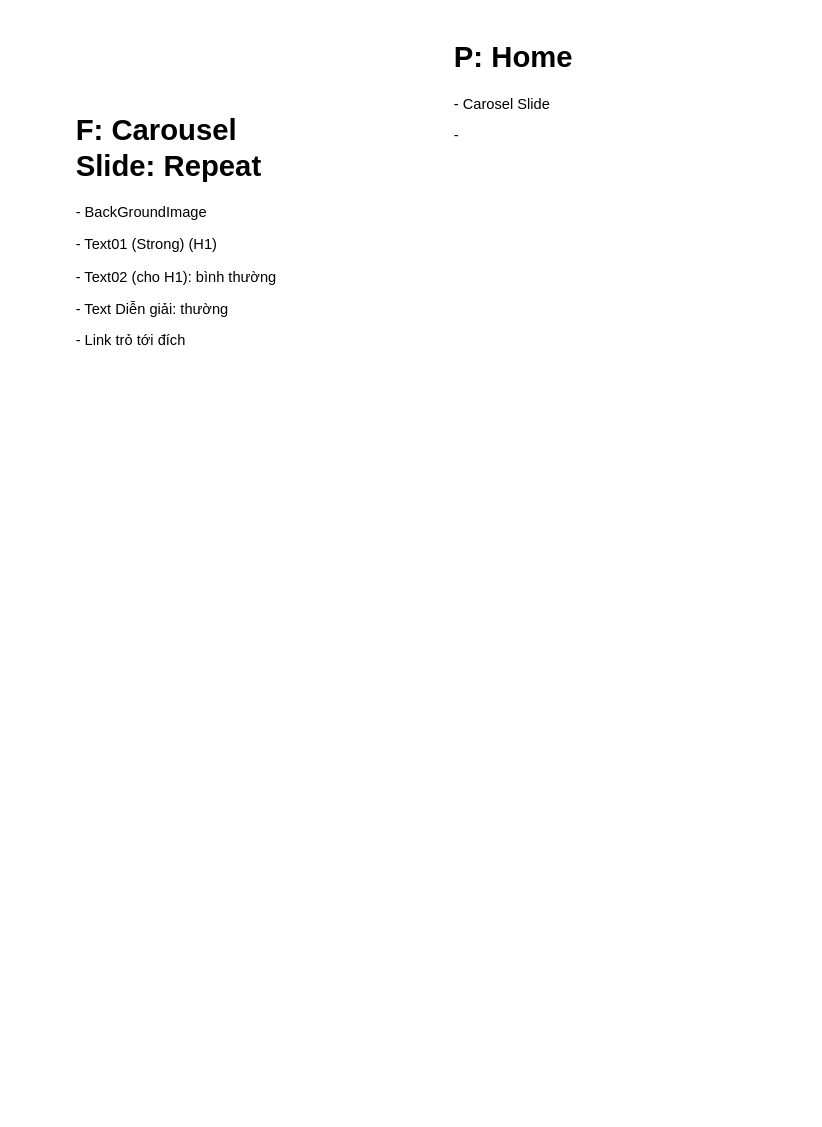
This is page "templates trang" (1 of 2) of new.123in.vn/SoDoWeb.drawio from DzungHg/PHPProjects, a draw.io file, before an edit. Source tidied: cells renumbered, new cells numbered last; positions are measured from the earlier drawing's top-left corner, leaving out a move shared by most shapes. Both pictures are drawn from the tidied source at 122%, with x=0, y=0 at pixel (70, 33).
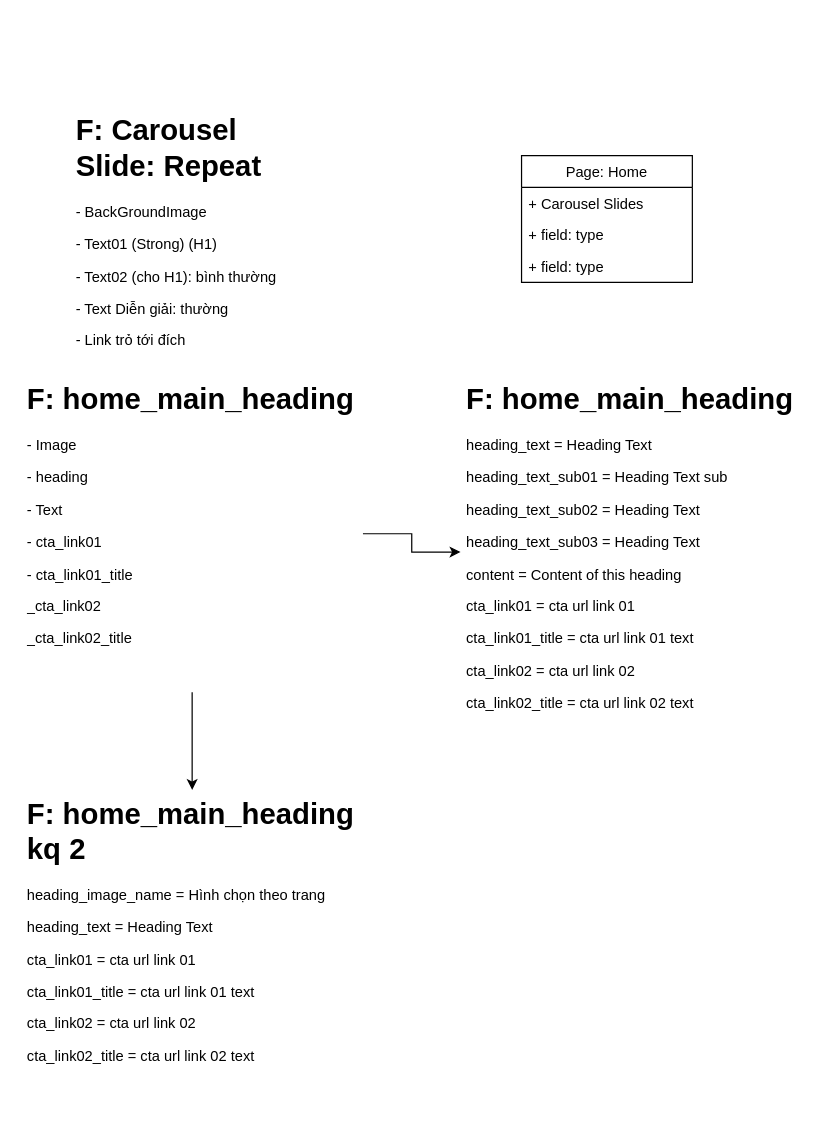
The same page after the edit.

The edit, as a diff of the source:
```diff
@@
 <mxGraphModel>
   <root>
     <mxCell id="0" />
     <mxCell id="1" parent="0" />
     <mxCell id="2" value="&lt;h1&gt;F: Carousel Slide: Repeat&lt;/h1&gt;&lt;p&gt;- BackGroundImage&lt;/p&gt;&lt;p&gt;- Text01 (Strong) (H1)&lt;/p&gt;&lt;p&gt;- Text02 (cho H1): bình thường&lt;/p&gt;&lt;p&gt;- Text Diễn giải: thường&lt;/p&gt;&lt;p&gt;- Link trỏ tới đích&amp;nbsp;&lt;/p&gt;&lt;p&gt;&lt;br&gt;&lt;/p&gt;" style="text;html=1;strokeColor=none;fillColor=none;spacing=5;spacingTop=-20;whiteSpace=wrap;overflow=hidden;rounded=0;" parent="1" vertex="1">
       <mxGeometry y="60" width="190" height="230" as="geometry" />
     </mxCell>
+    <mxCell id="4" style="edgeStyle=orthogonalEdgeStyle;rounded=0;jettySize=auto;html=1;" parent="1" edge="1" source="3" target="7">
+      <mxGeometry relative="1" as="geometry" />
+    </mxCell>
+    <mxCell id="5" style="edgeStyle=orthogonalEdgeStyle;rounded=0;jettySize=auto;html=1;" parent="1" edge="1" source="3" target="6">
+      <mxGeometry relative="1" as="geometry" />
+    </mxCell>
-    <mxCell id="3" value="&lt;h1&gt;P: Home&lt;/h1&gt;&lt;p&gt;- Carosel Slide&lt;/p&gt;&lt;p&gt;-&amp;nbsp;&lt;/p&gt;&lt;p&gt;&lt;br&gt;&lt;/p&gt;" style="text;html=1;strokeColor=none;fillColor=none;spacing=5;spacingTop=-20;whiteSpace=wrap;overflow=hidden;rounded=0;" parent="1" vertex="1">
-      <mxGeometry x="310" width="190" height="230" as="geometry" />
+    <mxCell id="3" value="&lt;h1&gt;F: home_main_heading&lt;/h1&gt;&lt;p&gt;- Image&lt;/p&gt;&lt;p&gt;- heading&lt;/p&gt;&lt;p&gt;- Text&lt;/p&gt;&lt;p&gt;- cta_link01&lt;/p&gt;&lt;p&gt;- cta_link01_title&lt;/p&gt;&lt;p&gt;_cta_link02&lt;/p&gt;&lt;p&gt;_cta_link02_title&lt;/p&gt;&lt;p&gt;&lt;br&gt;&lt;/p&gt;" style="text;html=1;strokeColor=none;fillColor=none;spacing=5;spacingTop=-20;whiteSpace=wrap;overflow=hidden;rounded=0;" parent="1" vertex="1">
+      <mxGeometry x="-40" y="280" width="280" height="260" as="geometry" />
     </mxCell>
+    <mxCell id="6" value="&lt;h1&gt;F: home_main_heading kq 2&lt;/h1&gt;&lt;p&gt;heading_image_name = Hình chọn theo trang&lt;/p&gt;&lt;p&gt;heading_text = Heading Text&lt;/p&gt;&lt;p&gt;cta_link01 = cta url link 01&lt;/p&gt;&lt;p&gt;cta_link01_title = cta url link 01 text&lt;/p&gt;&lt;p&gt;cta_link02 = cta url link 02&lt;/p&gt;&lt;p&gt;cta_link02_title = cta url link 02 text&lt;/p&gt;&lt;p&gt;&lt;br&gt;&lt;/p&gt;" style="text;html=1;strokeColor=none;fillColor=none;spacing=5;spacingTop=-20;whiteSpace=wrap;overflow=hidden;rounded=0;" parent="1" vertex="1">
+      <mxGeometry x="-40" y="620" width="280" height="260" as="geometry" />
+    </mxCell>
+    <mxCell id="7" value="&lt;h1&gt;F: home_main_heading&lt;/h1&gt;&lt;p&gt;heading_text = Heading Text&lt;/p&gt;&lt;p&gt;heading_text_sub01 = Heading Text sub&lt;/p&gt;&lt;p&gt;heading_text_sub02 = Heading Text&lt;/p&gt;&lt;p&gt;heading_text_sub03 = Heading Text&lt;/p&gt;&lt;p&gt;content = Content of this heading&lt;/p&gt;&lt;p&gt;cta_link01 = cta url link 01&lt;/p&gt;&lt;p&gt;cta_link01_title = cta url link 01 text&lt;/p&gt;&lt;p&gt;cta_link02 = cta url link 02&lt;/p&gt;&lt;p&gt;cta_link02_title = cta url link 02 text&lt;/p&gt;" style="text;html=1;strokeColor=none;fillColor=none;spacing=5;spacingTop=-20;whiteSpace=wrap;overflow=hidden;rounded=0;" parent="1" vertex="1">
+      <mxGeometry x="320" y="280" width="280" height="290" as="geometry" />
+    </mxCell>
+    <mxCell id="8" value="Page: Home" style="swimlane;fontStyle=0;horizontal=1;startSize=26;fillColor=none;" parent="1" vertex="1">
+      <mxGeometry x="370" y="100" width="140" height="104" as="geometry" />
+    </mxCell>
+    <mxCell id="9" value="+ Carousel Slides" style="text;strokeColor=none;fillColor=none;align=left;verticalAlign=top;spacingLeft=4;spacingRight=4;overflow=hidden;" parent="8" vertex="1">
+      <mxGeometry y="26" width="140" height="26" as="geometry" />
+    </mxCell>
+    <mxCell id="10" value="+ field: type" style="text;strokeColor=none;fillColor=none;align=left;verticalAlign=top;spacingLeft=4;spacingRight=4;overflow=hidden;" parent="8" vertex="1">
+      <mxGeometry y="52" width="140" height="26" as="geometry" />
+    </mxCell>
+    <mxCell id="11" value="+ field: type" style="text;strokeColor=none;fillColor=none;align=left;verticalAlign=top;spacingLeft=4;spacingRight=4;overflow=hidden;" parent="8" vertex="1">
+      <mxGeometry y="78" width="140" height="26" as="geometry" />
+    </mxCell>
   </root>
 </mxGraphModel>
```
